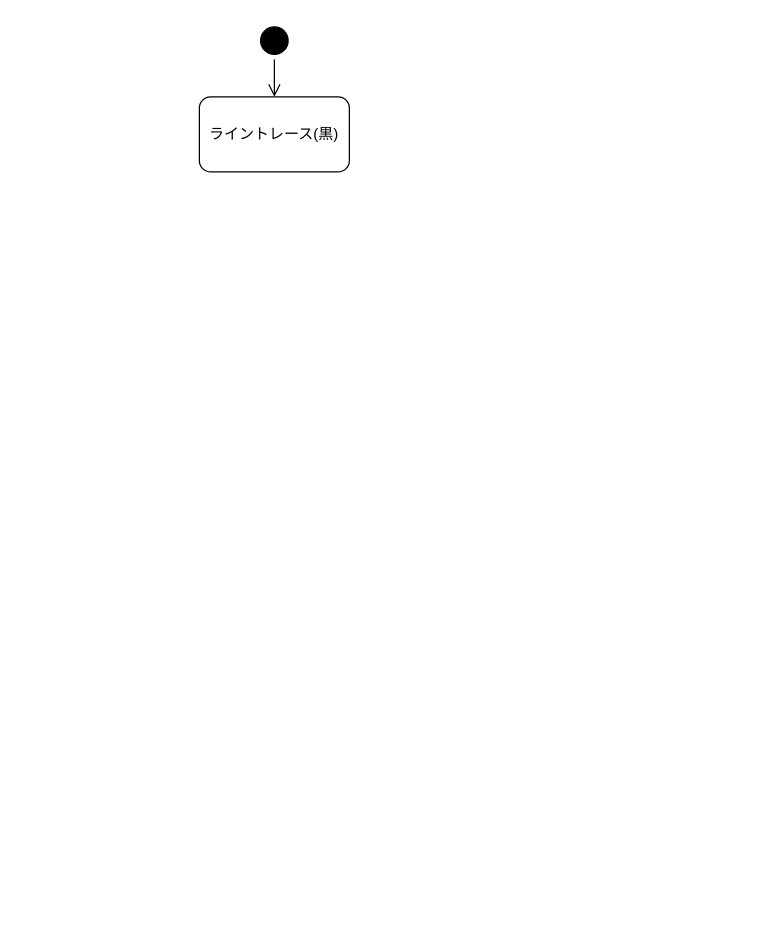
Above: model/素材/2.3.2_アクティビティ図.drawio in miyoshiyuu-systena/tenarobo-primary-mil-2025 (draw.io), before the change. Source tidied: cells renumbered, new cells numbered last; positions are measured from the earlier drawing's top-left corner, leaving out a move shared by most shapes. Both pictures are drawn from the tidied source at 125%, with x=0, y=0 at pixel (199, 21).
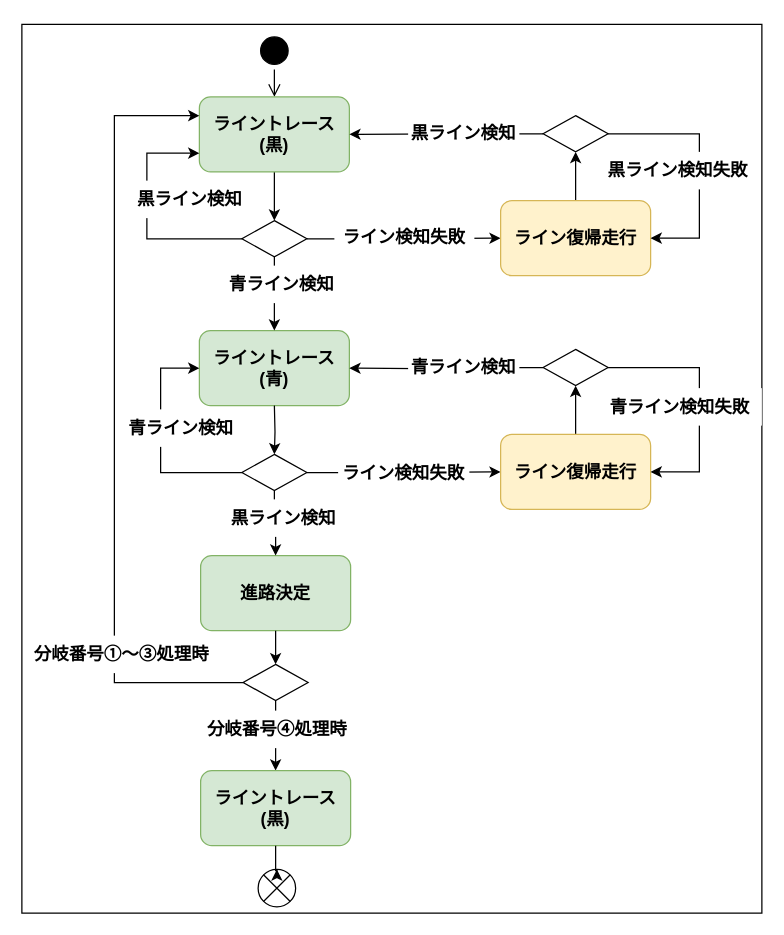
Above is the later version.

Change to the diagram source:
```diff
@@
+    <mxCell id="5" style="rounded=0;whiteSpace=wrap;html=1;fontSize=14;fontStyle=1;" parent="1" vertex="1">
+      <mxGeometry x="-142" y="2" width="592" height="711" as="geometry" />
+    </mxCell>
-    <mxCell id="2" style="ellipse;html=1;shape=startState;fillColor=#000000;strokeColor=#000000;" parent="1" vertex="1">
-      <mxGeometry x="45" width="30" height="30" as="geometry" />
+    <mxCell id="2" style="ellipse;html=1;shape=startState;fillColor=#000000;strokeColor=#000000;fontSize=14;fontStyle=1;" parent="1" vertex="1">
+      <mxGeometry x="45" y="8" width="30" height="30" as="geometry" />
     </mxCell>
-    <mxCell id="3" style="edgeStyle=orthogonalEdgeStyle;html=1;verticalAlign=bottom;endArrow=open;endSize=8;strokeColor=#000000;rounded=0;" parent="1" edge="1" source="2" target="4">
+    <mxCell id="3" style="edgeStyle=orthogonalEdgeStyle;html=1;verticalAlign=bottom;endArrow=open;endSize=8;strokeColor=#000000;rounded=0;fontSize=14;fontStyle=1;" parent="1" edge="1" source="2" target="4">
       <mxGeometry relative="1" as="geometry" />
     </mxCell>
+    <mxCell id="6" style="edgeStyle=orthogonalEdgeStyle;rounded=0;jettySize=auto;html=1;fontSize=14;fontStyle=1;" parent="1" edge="1" source="4" target="11">
+      <mxGeometry relative="1" as="geometry" />
+    </mxCell>
-    <mxCell id="4" value="ライントレース(黒)" style="rounded=1;whiteSpace=wrap;html=1;" parent="1" vertex="1">
+    <mxCell id="4" value="ライントレース(黒)" style="rounded=1;whiteSpace=wrap;html=1;fillColor=#d5e8d4;strokeColor=#82b366;fontSize=14;fontStyle=1;" parent="1" vertex="1">
       <mxGeometry y="60" width="120" height="60" as="geometry" />
     </mxCell>
+    <mxCell id="7" value="ライントレース(青)" style="rounded=1;whiteSpace=wrap;html=1;fillColor=#d5e8d4;strokeColor=#82b366;fontSize=14;fontStyle=1;" parent="1" vertex="1">
+      <mxGeometry y="247" width="120" height="60" as="geometry" />
+    </mxCell>
+    <mxCell id="8" style="edgeStyle=orthogonalEdgeStyle;rounded=0;jettySize=auto;html=1;entryX=0.5;entryY=0;entryDx=0;entryDy=0;fontSize=14;fontStyle=1;" parent="1" edge="1" source="11" target="7">
+      <mxGeometry relative="1" as="geometry" />
+    </mxCell>
+    <mxCell id="9" style="edgeStyle=orthogonalEdgeStyle;rounded=0;jettySize=auto;html=1;fontSize=14;fontStyle=1;" parent="1" edge="1" source="11" target="16">
+      <mxGeometry relative="1" as="geometry" />
+    </mxCell>
+    <mxCell id="10" style="edgeStyle=orthogonalEdgeStyle;rounded=0;jettySize=auto;html=1;entryX=0;entryY=0.75;entryDx=0;entryDy=0;fontSize=14;fontStyle=1;" parent="1" edge="1" source="11" target="4">
+      <mxGeometry relative="1" as="geometry">
+        <Array as="points">
+          <mxPoint x="-42" y="174" />
+          <mxPoint x="-42" y="105" />
+        </Array>
+      </mxGeometry>
+    </mxCell>
+    <mxCell id="11" style="strokeWidth=1;html=1;shape=mxgraph.flowchart.decision;whiteSpace=wrap;fontSize=14;fontStyle=1;" parent="1" vertex="1">
+      <mxGeometry x="34" y="159" width="52" height="29" as="geometry" />
+    </mxCell>
+    <mxCell id="12" value="青ライン検知" style="text;html=1;align=center;verticalAlign=middle;whiteSpace=wrap;rounded=0;fillColor=default;fontSize=14;fontStyle=1;" parent="1" vertex="1">
+      <mxGeometry x="21" y="195" width="90" height="30" as="geometry" />
+    </mxCell>
+    <mxCell id="13" value="黒ライン検知" style="text;html=1;align=center;verticalAlign=middle;whiteSpace=wrap;rounded=0;fillColor=default;fontSize=14;fontStyle=1;" parent="1" vertex="1">
+      <mxGeometry x="-58" y="127" width="101" height="30" as="geometry" />
+    </mxCell>
+    <mxCell id="14" value="進路決定" style="rounded=1;whiteSpace=wrap;html=1;fillColor=#d5e8d4;strokeColor=#82b366;fontSize=14;fontStyle=1;" parent="1" vertex="1">
+      <mxGeometry x="1" y="427" width="120" height="60" as="geometry" />
+    </mxCell>
+    <mxCell id="15" style="edgeStyle=orthogonalEdgeStyle;rounded=0;jettySize=auto;html=1;fontSize=14;fontStyle=1;" parent="1" edge="1" source="16" target="19">
+      <mxGeometry relative="1" as="geometry" />
+    </mxCell>
+    <mxCell id="16" value="ライン復帰走行" style="rounded=1;whiteSpace=wrap;html=1;fillColor=#fff2cc;strokeColor=#d6b656;fontSize=14;fontStyle=1;" parent="1" vertex="1">
+      <mxGeometry x="241" y="143" width="120" height="60" as="geometry" />
+    </mxCell>
+    <mxCell id="17" style="edgeStyle=orthogonalEdgeStyle;rounded=0;jettySize=auto;html=1;entryX=1;entryY=0.5;entryDx=0;entryDy=0;fontSize=14;fontStyle=1;" parent="1" edge="1" source="19" target="4">
+      <mxGeometry relative="1" as="geometry" />
+    </mxCell>
+    <mxCell id="18" style="edgeStyle=orthogonalEdgeStyle;rounded=0;jettySize=auto;html=1;entryX=1;entryY=0.5;entryDx=0;entryDy=0;fontSize=14;fontStyle=1;" parent="1" edge="1" source="19" target="16">
+      <mxGeometry relative="1" as="geometry">
+        <Array as="points">
+          <mxPoint x="400" y="90" />
+          <mxPoint x="400" y="173" />
+        </Array>
+      </mxGeometry>
+    </mxCell>
+    <mxCell id="19" style="strokeWidth=1;html=1;shape=mxgraph.flowchart.decision;whiteSpace=wrap;fontSize=14;fontStyle=1;" parent="1" vertex="1">
+      <mxGeometry x="275" y="75" width="52" height="29" as="geometry" />
+    </mxCell>
+    <mxCell id="20" value="ライン検知失敗" style="text;html=1;align=center;verticalAlign=middle;whiteSpace=wrap;rounded=0;fillColor=default;fontSize=14;fontStyle=1;" parent="1" vertex="1">
+      <mxGeometry x="108" y="157" width="112" height="30" as="geometry" />
+    </mxCell>
+    <mxCell id="21" value="黒ライン検知" style="text;html=1;align=center;verticalAlign=middle;whiteSpace=wrap;rounded=0;fillColor=default;fontSize=14;fontStyle=1;" parent="1" vertex="1">
+      <mxGeometry x="167" y="74" width="89" height="30" as="geometry" />
+    </mxCell>
+    <mxCell id="22" value="黒ライン検知失敗" style="text;html=1;align=center;verticalAlign=middle;whiteSpace=wrap;rounded=0;fillColor=default;fontSize=14;fontStyle=1;" parent="1" vertex="1">
+      <mxGeometry x="320" y="104" width="126" height="30" as="geometry" />
+    </mxCell>
+    <mxCell id="23" style="edgeStyle=orthogonalEdgeStyle;rounded=0;jettySize=auto;html=1;fontSize=14;fontStyle=1;" parent="1" edge="1" target="27">
+      <mxGeometry relative="1" as="geometry">
+        <mxPoint x="60" y="307" as="sourcePoint" />
+      </mxGeometry>
+    </mxCell>
+    <mxCell id="24" style="edgeStyle=orthogonalEdgeStyle;rounded=0;jettySize=auto;html=1;entryX=0.5;entryY=0;entryDx=0;entryDy=0;fontSize=14;fontStyle=1;" parent="1" edge="1" source="27" target="14">
+      <mxGeometry relative="1" as="geometry" />
+    </mxCell>
+    <mxCell id="25" style="edgeStyle=orthogonalEdgeStyle;rounded=0;jettySize=auto;html=1;entryX=0;entryY=0.5;entryDx=0;entryDy=0;fontSize=14;fontStyle=1;" parent="1" edge="1" source="27">
+      <mxGeometry relative="1" as="geometry">
+        <mxPoint y="277" as="targetPoint" />
+        <Array as="points">
+          <mxPoint x="-31" y="361" />
+          <mxPoint x="-31" y="277" />
+        </Array>
+      </mxGeometry>
+    </mxCell>
+    <mxCell id="26" style="edgeStyle=orthogonalEdgeStyle;rounded=0;jettySize=auto;html=1;fontSize=14;fontStyle=1;" parent="1" edge="1" source="27" target="31">
+      <mxGeometry relative="1" as="geometry" />
+    </mxCell>
+    <mxCell id="27" style="strokeWidth=1;html=1;shape=mxgraph.flowchart.decision;whiteSpace=wrap;fontSize=14;fontStyle=1;" parent="1" vertex="1">
+      <mxGeometry x="34" y="346" width="52" height="29" as="geometry" />
+    </mxCell>
+    <mxCell id="28" value="黒ライン検知" style="text;html=1;align=center;verticalAlign=middle;whiteSpace=wrap;rounded=0;fillColor=default;fontSize=14;fontStyle=1;" parent="1" vertex="1">
+      <mxGeometry x="21" y="382" width="93" height="30" as="geometry" />
+    </mxCell>
+    <mxCell id="29" value="青ライン検知" style="text;html=1;align=center;verticalAlign=middle;whiteSpace=wrap;rounded=0;fillColor=default;fontSize=14;fontStyle=1;" parent="1" vertex="1">
+      <mxGeometry x="-65" y="310" width="101" height="30" as="geometry" />
+    </mxCell>
+    <mxCell id="30" style="edgeStyle=orthogonalEdgeStyle;rounded=0;jettySize=auto;html=1;fontSize=14;fontStyle=1;" parent="1" edge="1" source="31" target="34">
+      <mxGeometry relative="1" as="geometry" />
+    </mxCell>
+    <mxCell id="31" value="ライン復帰走行" style="rounded=1;whiteSpace=wrap;html=1;fillColor=#fff2cc;strokeColor=#d6b656;fontSize=14;fontStyle=1;" parent="1" vertex="1">
+      <mxGeometry x="241" y="330" width="120" height="60" as="geometry" />
+    </mxCell>
+    <mxCell id="32" style="edgeStyle=orthogonalEdgeStyle;rounded=0;jettySize=auto;html=1;entryX=1;entryY=0.5;entryDx=0;entryDy=0;fontSize=14;fontStyle=1;" parent="1" edge="1" source="34">
+      <mxGeometry relative="1" as="geometry">
+        <mxPoint x="120" y="277" as="targetPoint" />
+      </mxGeometry>
+    </mxCell>
+    <mxCell id="33" style="edgeStyle=orthogonalEdgeStyle;rounded=0;jettySize=auto;html=1;entryX=1;entryY=0.5;entryDx=0;entryDy=0;fontSize=14;fontStyle=1;" parent="1" edge="1" source="34" target="31">
+      <mxGeometry relative="1" as="geometry">
+        <Array as="points">
+          <mxPoint x="400" y="277" />
+          <mxPoint x="400" y="360" />
+        </Array>
+      </mxGeometry>
+    </mxCell>
+    <mxCell id="34" style="strokeWidth=1;html=1;shape=mxgraph.flowchart.decision;whiteSpace=wrap;fontSize=14;fontStyle=1;" parent="1" vertex="1">
+      <mxGeometry x="275" y="262" width="52" height="29" as="geometry" />
+    </mxCell>
+    <mxCell id="35" value="ライン検知失敗" style="text;html=1;align=center;verticalAlign=middle;whiteSpace=wrap;rounded=0;fillColor=default;fontSize=14;fontStyle=1;" parent="1" vertex="1">
+      <mxGeometry x="111" y="346" width="105" height="30" as="geometry" />
+    </mxCell>
+    <mxCell id="36" value="青ライン検知" style="text;html=1;align=center;verticalAlign=middle;whiteSpace=wrap;rounded=0;fillColor=default;fontSize=14;fontStyle=1;" parent="1" vertex="1">
+      <mxGeometry x="167" y="261" width="89" height="30" as="geometry" />
+    </mxCell>
+    <mxCell id="37" value="青ライン検知失敗" style="text;html=1;align=center;verticalAlign=middle;whiteSpace=wrap;rounded=0;fillColor=default;fontSize=14;fontStyle=1;" parent="1" vertex="1">
+      <mxGeometry x="319" y="293" width="131" height="30" as="geometry" />
+    </mxCell>
+    <mxCell id="38" style="edgeStyle=orthogonalEdgeStyle;rounded=0;jettySize=auto;html=1;entryX=0;entryY=0.25;entryDx=0;entryDy=0;fontSize=14;fontStyle=1;" parent="1" edge="1" source="39" target="4">
+      <mxGeometry relative="1" as="geometry">
+        <Array as="points">
+          <mxPoint x="-68" y="528" />
+          <mxPoint x="-68" y="75" />
+        </Array>
+      </mxGeometry>
+    </mxCell>
+    <mxCell id="39" style="strokeWidth=1;html=1;shape=mxgraph.flowchart.decision;whiteSpace=wrap;fontSize=14;fontStyle=1;" parent="1" vertex="1">
+      <mxGeometry x="35" y="514" width="52" height="29" as="geometry" />
+    </mxCell>
+    <mxCell id="40" style="edgeStyle=orthogonalEdgeStyle;rounded=0;jettySize=auto;html=1;entryX=0.5;entryY=0;entryDx=0;entryDy=0;entryPerimeter=0;fontSize=14;fontStyle=1;" parent="1" edge="1" source="14" target="39">
+      <mxGeometry relative="1" as="geometry" />
+    </mxCell>
+    <mxCell id="41" style="edgeStyle=orthogonalEdgeStyle;rounded=0;jettySize=auto;html=1;entryX=0.5;entryY=0;entryDx=0;entryDy=0;fontSize=14;fontStyle=1;" parent="1" edge="1" source="39" target="44">
+      <mxGeometry relative="1" as="geometry" />
+    </mxCell>
+    <mxCell id="42" value="分岐番号①～③処理時" style="text;html=1;align=center;verticalAlign=middle;whiteSpace=wrap;rounded=0;fillColor=default;fontSize=14;fontStyle=1;" parent="1" vertex="1">
+      <mxGeometry x="-135" y="491" width="146" height="30" as="geometry" />
+    </mxCell>
+    <mxCell id="43" value="分岐番号④処理時" style="text;html=1;align=center;verticalAlign=middle;whiteSpace=wrap;rounded=0;fillColor=default;fontSize=14;fontStyle=1;" parent="1" vertex="1">
+      <mxGeometry x="-2" y="551" width="129" height="30" as="geometry" />
+    </mxCell>
+    <mxCell id="44" value="ライントレース(黒)" style="rounded=1;whiteSpace=wrap;html=1;fillColor=#d5e8d4;strokeColor=#82b366;fontSize=14;fontStyle=1;" parent="1" vertex="1">
+      <mxGeometry x="1" y="599" width="120" height="60" as="geometry" />
+    </mxCell>
+    <mxCell id="45" style="verticalLabelPosition=bottom;verticalAlign=top;html=1;shape=mxgraph.flowchart.or;fontSize=14;fontStyle=1;" parent="1" vertex="1">
+      <mxGeometry x="47" y="678" width="30" height="30" as="geometry" />
+    </mxCell>
+    <mxCell id="46" style="edgeStyle=orthogonalEdgeStyle;rounded=0;jettySize=auto;html=1;entryX=0.5;entryY=0;entryDx=0;entryDy=0;entryPerimeter=0;" parent="1" edge="1" source="44" target="45">
+      <mxGeometry relative="1" as="geometry" />
+    </mxCell>
```
